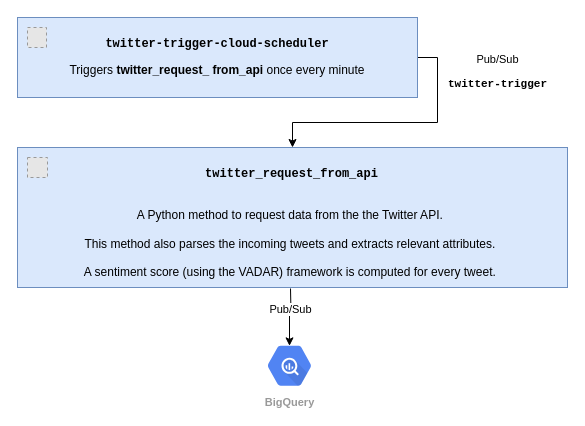
This is page "Twitter Zoom-in" (3 of 6) of documentation/DataFlow.drawio from ptgrigorov27/TheMask, a draw.io file, before an edit. Source tidied: cells renumbered, new cells numbered last; positions are measured from the earlier drawing's top-left corner, leaving out a move shared by most shapes. Both pictures are drawn from the tidied source at 100%, with x=0, y=0 at pixel (17, 17). Pictures stored in the file or linked from it are replaced by grey dashed boxes.
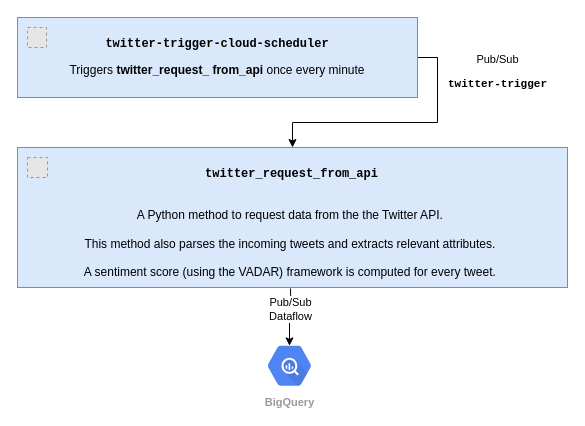
The same diagram, later.

Change to the diagram source:
```diff
@@
 <mxGraphModel>
   <root>
     <mxCell id="0" />
     <mxCell id="1" parent="0" />
-    <mxCell id="2" value="Pub/Sub" style="edgeStyle=orthogonalEdgeStyle;rounded=0;jettySize=auto;html=1;exitX=0.5;exitY=1;exitDx=0;exitDy=0;fontColor=#000000;entryX=0.5;entryY=0.16;entryDx=0;entryDy=0;entryPerimeter=0;" parent="1" edge="1" target="3">
+    <mxCell id="2" value="Pub/Sub&lt;br&gt;Dataflow" style="edgeStyle=orthogonalEdgeStyle;rounded=0;jettySize=auto;html=1;exitX=0.5;exitY=1;exitDx=0;exitDy=0;fontColor=#000000;entryX=0.5;entryY=0.16;entryDx=0;entryDy=0;entryPerimeter=0;" parent="1" edge="1" target="3">
       <mxGeometry x="-0.27" relative="1" as="geometry">
         <mxPoint x="273" y="271" as="sourcePoint" />
       </mxGeometry>
     </mxCell>
     <mxCell id="3" value="BigQuery" style="sketch=0;html=1;fillColor=#5184F3;strokeColor=none;verticalAlign=top;labelPosition=center;verticalLabelPosition=bottom;align=center;spacingTop=-6;fontSize=11;fontStyle=1;fontColor=#999999;shape=mxgraph.gcp2.hexIcon;prIcon=bigquery;" parent="1" vertex="1">
       <mxGeometry x="239" y="319" width="66" height="58.5" as="geometry" />
     </mxCell>
     <mxCell id="4" value="&lt;pre&gt;&lt;b&gt;twitter_request_from_api&lt;/b&gt;&lt;/pre&gt;&lt;br&gt;A Python method to request data from the the Twitter API.&amp;nbsp;&lt;br&gt;&lt;br&gt;This method also parses the incoming tweets and extracts relevant attributes.&amp;nbsp;&lt;br&gt;&lt;br&gt;A sentiment score (using the VADAR) framework is computed for every tweet.&amp;nbsp;" style="rounded=0;whiteSpace=wrap;html=1;fillColor=#dae8fc;strokeColor=#6c8ebf;spacingLeft=8;spacingRight=9;" parent="1" vertex="1">
       <mxGeometry y="130" width="550" height="140" as="geometry" />
     </mxCell>
     <mxCell id="5" value="Pub/Sub&lt;br&gt;&lt;pre&gt;&lt;b&gt;twitter-trigger&lt;/b&gt;&lt;/pre&gt;" style="edgeStyle=orthogonalEdgeStyle;rounded=0;jettySize=auto;html=1;exitX=1;exitY=0.5;exitDx=0;exitDy=0;" parent="1" edge="1" source="7" target="4">
       <mxGeometry x="-0.69" y="60" relative="1" as="geometry" />
     </mxCell>
     <mxCell id="6" style="fillColor=#E6E6E6;strokeColor=#999999;dashed=1;verticalLabelPosition=bottom;labelBackgroundColor=#ffffff;verticalAlign=top;" parent="1" vertex="1">
       <mxGeometry x="10" y="140" width="20" height="20" as="geometry" />
     </mxCell>
     <mxCell id="7" value="&lt;pre&gt;&lt;pre&gt;&lt;b&gt;twitter-trigger-cloud-scheduler&lt;/b&gt;&lt;/pre&gt;&lt;span style=&quot;font-family: &amp;#34;helvetica&amp;#34;&quot;&gt;Triggers&amp;nbsp;&lt;/span&gt;&lt;b style=&quot;font-family: &amp;#34;helvetica&amp;#34;&quot;&gt;twitter_&lt;/b&gt;&lt;b style=&quot;font-family: &amp;#34;helvetica&amp;#34;&quot;&gt;request_&amp;nbsp;&lt;/b&gt;&lt;b style=&quot;font-family: &amp;#34;helvetica&amp;#34;&quot;&gt;from_api&amp;nbsp;&lt;/b&gt;&lt;span style=&quot;font-family: &amp;#34;helvetica&amp;#34;&quot;&gt;once every minute&lt;/span&gt;&lt;br&gt;&lt;/pre&gt;&lt;p&gt;&lt;/p&gt;" style="rounded=0;whiteSpace=wrap;html=1;fillColor=#dae8fc;strokeColor=#6c8ebf;" parent="1" vertex="1">
       <mxGeometry width="400" height="80" as="geometry" />
     </mxCell>
     <mxCell id="8" style="fillColor=#E6E6E6;strokeColor=#999999;dashed=1;verticalLabelPosition=bottom;labelBackgroundColor=#ffffff;verticalAlign=top;" parent="1" vertex="1">
       <mxGeometry x="10" y="10" width="19" height="20" as="geometry" />
     </mxCell>
   </root>
 </mxGraphModel>
```
